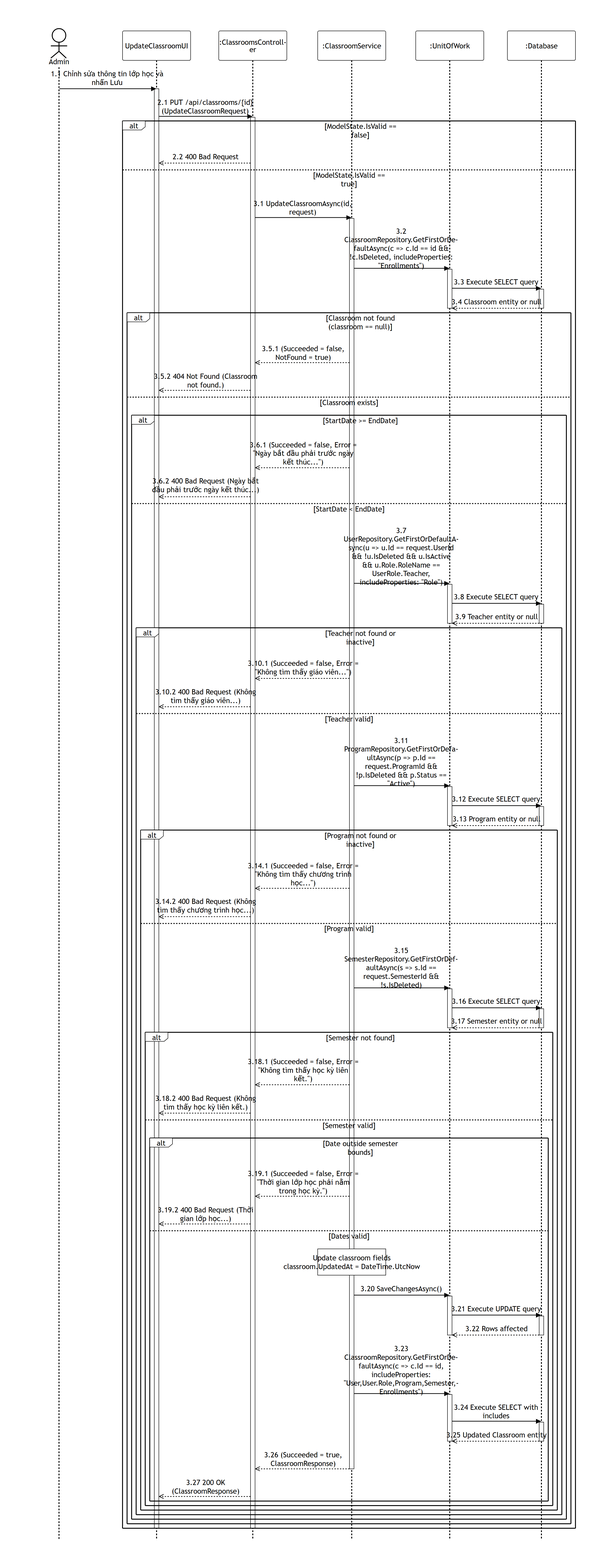
Earlier version of the Mermaid export 03-classroom-management/images/apis/update-classroom.png (PhucAnDev/docx-diagram). Its source is kept beside it as 03-classroom-management/sequence-diagram/apis/update-classroom.mmd. Its diagram source:
```mermaid
%%{init: {'theme':'base', 'themeVariables': {'actorBkg':'#ffffff','actorBorder':'#000000','actorTextColor':'#000000','actorLineColor':'#000000','signalColor':'#000000','signalTextColor':'#000000','labelBoxBkgColor':'#ffffff','labelBoxBorderColor':'#000000','labelTextColor':'#000000','loopTextColor':'#000000','noteBkgColor':'#ffffff','noteBorderColor':'#000000','noteTextColor':'#000000','activationBorderColor':'#000000','activationBkgColor':'#ffffff','sequenceNumberColor':'#000000'}, 'sequence': {'width':150,'height':65,'actorFontSize':16,'messageFontSize':16,'wrap':true,'wrapPadding':10}}}%%
sequenceDiagram
    title PUT /api/classrooms/{id}
    actor Admin as Admin
    participant UI as UpdateClassroomUI
    participant Endpoint as :ClassroomsController
    participant Service as :ClassroomService
    participant DB as :UnitOfWork
    participant Database as :Database

    Admin->>UI: 1.1 Chỉnh sửa thông tin lớp học và nhấn Lưu
    activate UI
    UI->>Endpoint: 2.1 PUT /api/classrooms/{id} (UpdateClassroomRequest)
    activate Endpoint

    alt ModelState.IsValid == false
        Endpoint-->>UI: 2.2 400 Bad Request
    else ModelState.IsValid == true
        Endpoint->>Service: 3.1 UpdateClassroomAsync(id, request)
        activate Service

        Service->>DB: 3.2 ClassroomRepository.GetFirstOrDefaultAsync(c => c.Id == id && !c.IsDeleted, includeProperties: "Enrollments")
        activate DB
        DB->>Database: 3.3 Execute SELECT query
        activate Database
        Database-->>DB: 3.4 Classroom entity or null
        deactivate Database
        deactivate DB

        alt Classroom not found (classroom == null)
            Service-->>Endpoint: 3.5.1 (Succeeded = false, NotFound = true)
            Endpoint-->>UI: 3.5.2 404 Not Found (Classroom not found.)
        else Classroom exists
            alt StartDate >= EndDate
                Service-->>Endpoint: 3.6.1 (Succeeded = false, Error = "Ngày bắt đầu phải trước ngày kết thúc...")
                Endpoint-->>UI: 3.6.2 400 Bad Request (Ngày bắt đầu phải trước ngày kết thúc...)
            else StartDate < EndDate
                Service->>DB: 3.7 UserRepository.GetFirstOrDefaultAsync(u => u.Id == request.UserId && !u.IsDeleted && u.IsActive && u.Role.RoleName == UserRole.Teacher, includeProperties: "Role")
                activate DB
                DB->>Database: 3.8 Execute SELECT query
                activate Database
                Database-->>DB: 3.9 Teacher entity or null
                deactivate Database
                deactivate DB

                alt Teacher not found or inactive
                    Service-->>Endpoint: 3.10.1 (Succeeded = false, Error = "Không tìm thấy giáo viên...")
                    Endpoint-->>UI: 3.10.2 400 Bad Request (Không tìm thấy giáo viên...)
                else Teacher valid
                    Service->>DB: 3.11 ProgramRepository.GetFirstOrDefaultAsync(p => p.Id == request.ProgramId && !p.IsDeleted && p.Status == "Active")
                    activate DB
                    DB->>Database: 3.12 Execute SELECT query
                    activate Database
                    Database-->>DB: 3.13 Program entity or null
                    deactivate Database
                    deactivate DB

                    alt Program not found or inactive
                        Service-->>Endpoint: 3.14.1 (Succeeded = false, Error = "Không tìm thấy chương trình học...")
                        Endpoint-->>UI: 3.14.2 400 Bad Request (Không tìm thấy chương trình học...)
                    else Program valid
                        Service->>DB: 3.15 SemesterRepository.GetFirstOrDefaultAsync(s => s.Id == request.SemesterId && !s.IsDeleted)
                        activate DB
                        DB->>Database: 3.16 Execute SELECT query
                        activate Database
                        Database-->>DB: 3.17 Semester entity or null
                        deactivate Database
                        deactivate DB

                        alt Semester not found
                            Service-->>Endpoint: 3.18.1 (Succeeded = false, Error = "Không tìm thấy học kỳ liên kết.")
                            Endpoint-->>UI: 3.18.2 400 Bad Request (Không tìm thấy học kỳ liên kết.)
                        else Semester valid
                            alt Date outside semester bounds
                                Service-->>Endpoint: 3.19.1 (Succeeded = false, Error = "Thời gian lớp học phải nằm trong học kỳ.")
                                Endpoint-->>UI: 3.19.2 400 Bad Request (Thời gian lớp học...)
                            else Dates valid
                                note over Service: Update classroom fields<br/>classroom.UpdatedAt = DateTime.UtcNow

                                Service->>DB: 3.20 SaveChangesAsync()
                                activate DB
                                DB->>Database: 3.21 Execute UPDATE query
                                activate Database
                                Database-->>DB: 3.22 Rows affected
                                deactivate Database
                                deactivate DB

                                Service->>DB: 3.23 ClassroomRepository.GetFirstOrDefaultAsync(c => c.Id == id, includeProperties: "User,User.Role,Program,Semester,Enrollments")
                                activate DB
                                DB->>Database: 3.24 Execute SELECT with includes
                                activate Database
                                Database-->>DB: 3.25 Updated Classroom entity
                                deactivate Database
                                deactivate DB

                                Service-->>Endpoint: 3.26 (Succeeded = true, ClassroomResponse)
                                deactivate Service
                                Endpoint-->>UI: 3.27 200 OK (ClassroomResponse)
                            end
                        end
                    end
                end
            end
        end
    end
    deactivate Endpoint
    deactivate UI
```
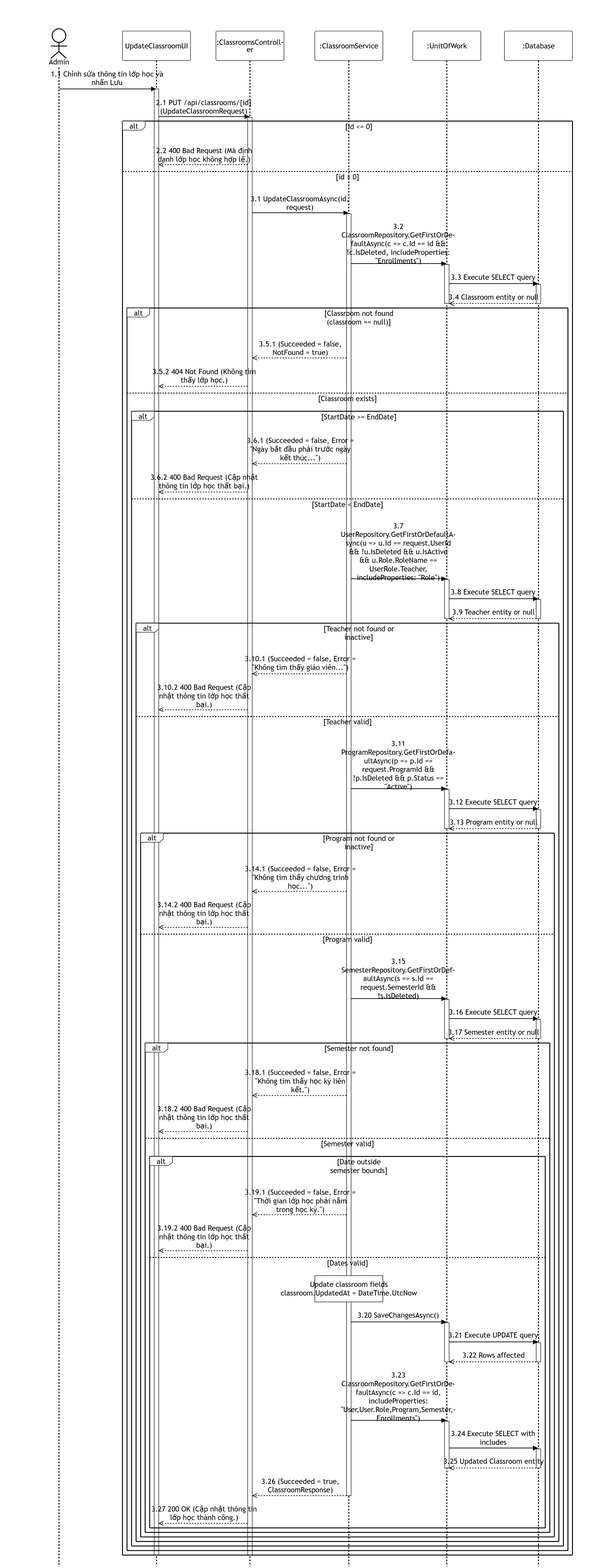
The same file after the commit.

Commit message:
fix: update update-classroom diagram to handle id validation, remove modelstate check, and fix response messages

What changed in the source:
```diff
@@ -13,9 +13,9 @@
     UI->>Endpoint: 2.1 PUT /api/classrooms/{id} (UpdateClassroomRequest)
     activate Endpoint
 
-    alt ModelState.IsValid == false
-        Endpoint-->>UI: 2.2 400 Bad Request
-    else ModelState.IsValid == true
+    alt id <= 0
+        Endpoint-->>UI: 2.2 400 Bad Request (Mã định danh lớp học không hợp lệ.)
+    else id > 0
         Endpoint->>Service: 3.1 UpdateClassroomAsync(id, request)
         activate Service
 
@@ -29,11 +29,11 @@
 
         alt Classroom not found (classroom == null)
             Service-->>Endpoint: 3.5.1 (Succeeded = false, NotFound = true)
-            Endpoint-->>UI: 3.5.2 404 Not Found (Classroom not found.)
+            Endpoint-->>UI: 3.5.2 404 Not Found (Không tìm thấy lớp học.)
         else Classroom exists
             alt StartDate >= EndDate
                 Service-->>Endpoint: 3.6.1 (Succeeded = false, Error = "Ngày bắt đầu phải trước ngày kết thúc...")
-                Endpoint-->>UI: 3.6.2 400 Bad Request (Ngày bắt đầu phải trước ngày kết thúc...)
+                Endpoint-->>UI: 3.6.2 400 Bad Request (Cập nhật thông tin lớp học thất bại.)
             else StartDate < EndDate
                 Service->>DB: 3.7 UserRepository.GetFirstOrDefaultAsync(u => u.Id == request.UserId && !u.IsDeleted && u.IsActive && u.Role.RoleName == UserRole.Teacher, includeProperties: "Role")
                 activate DB
@@ -45,7 +45,7 @@
 
                 alt Teacher not found or inactive
                     Service-->>Endpoint: 3.10.1 (Succeeded = false, Error = "Không tìm thấy giáo viên...")
-                    Endpoint-->>UI: 3.10.2 400 Bad Request (Không tìm thấy giáo viên...)
+                    Endpoint-->>UI: 3.10.2 400 Bad Request (Cập nhật thông tin lớp học thất bại.)
                 else Teacher valid
                     Service->>DB: 3.11 ProgramRepository.GetFirstOrDefaultAsync(p => p.Id == request.ProgramId && !p.IsDeleted && p.Status == "Active")
                     activate DB
@@ -57,7 +57,7 @@
 
                     alt Program not found or inactive
                         Service-->>Endpoint: 3.14.1 (Succeeded = false, Error = "Không tìm thấy chương trình học...")
-                        Endpoint-->>UI: 3.14.2 400 Bad Request (Không tìm thấy chương trình học...)
+                        Endpoint-->>UI: 3.14.2 400 Bad Request (Cập nhật thông tin lớp học thất bại.)
                     else Program valid
                         Service->>DB: 3.15 SemesterRepository.GetFirstOrDefaultAsync(s => s.Id == request.SemesterId && !s.IsDeleted)
                         activate DB
@@ -69,11 +69,11 @@
 
                         alt Semester not found
                             Service-->>Endpoint: 3.18.1 (Succeeded = false, Error = "Không tìm thấy học kỳ liên kết.")
-                            Endpoint-->>UI: 3.18.2 400 Bad Request (Không tìm thấy học kỳ liên kết.)
+                            Endpoint-->>UI: 3.18.2 400 Bad Request (Cập nhật thông tin lớp học thất bại.)
                         else Semester valid
                             alt Date outside semester bounds
                                 Service-->>Endpoint: 3.19.1 (Succeeded = false, Error = "Thời gian lớp học phải nằm trong học kỳ.")
-                                Endpoint-->>UI: 3.19.2 400 Bad Request (Thời gian lớp học...)
+                                Endpoint-->>UI: 3.19.2 400 Bad Request (Cập nhật thông tin lớp học thất bại.)
                             else Dates valid
                                 note over Service: Update classroom fields<br/>classroom.UpdatedAt = DateTime.UtcNow
 
@@ -95,7 +95,7 @@
 
                                 Service-->>Endpoint: 3.26 (Succeeded = true, ClassroomResponse)
                                 deactivate Service
-                                Endpoint-->>UI: 3.27 200 OK (ClassroomResponse)
+                                Endpoint-->>UI: 3.27 200 OK (Cập nhật thông tin lớp học thành công.)
                             end
                         end
                     end
```
